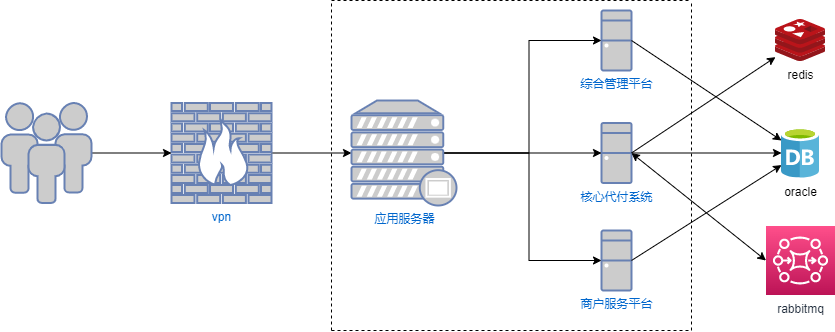
Before: Untitled Diagram.drawio.png, a diagram exported from draw.io (songyibo2019/mydiagrams). Source tidied: cells renumbered, new cells last; positions are measured from the earlier drawing's top-left corner, leaving out a move shared by most shapes.
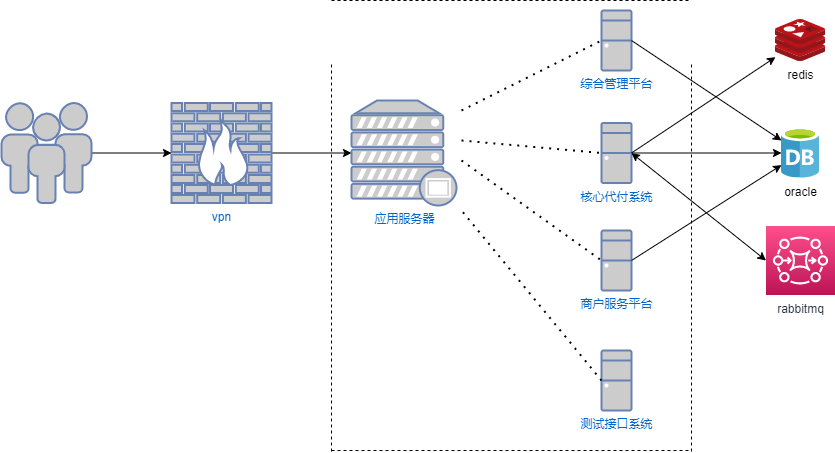
After the change.

Diff of the diagram source:
```diff
@@ -26,15 +26,6 @@
     <mxCell id="9" value="商户服务平台" style="fontColor=#0066CC;verticalAlign=top;verticalLabelPosition=bottom;labelPosition=center;align=center;html=1;outlineConnect=0;fillColor=#CCCCCC;strokeColor=#6881B3;gradientColor=none;gradientDirection=north;strokeWidth=2;shape=mxgraph.networks.desktop_pc;" parent="1" vertex="1">
       <mxGeometry x="600" y="230" width="30" height="60" as="geometry" />
     </mxCell>
-    <mxCell id="10" style="edgeStyle=orthogonalEdgeStyle;rounded=0;jettySize=auto;html=1;exitX=0.88;exitY=0.5;exitDx=0;exitDy=0;exitPerimeter=0;entryX=0;entryY=0.5;entryDx=0;entryDy=0;entryPerimeter=0;" parent="1" edge="1" source="13" target="8">
-      <mxGeometry relative="1" as="geometry" />
-    </mxCell>
-    <mxCell id="11" style="edgeStyle=orthogonalEdgeStyle;rounded=0;jettySize=auto;html=1;exitX=0.88;exitY=0.5;exitDx=0;exitDy=0;exitPerimeter=0;entryX=0;entryY=0.5;entryDx=0;entryDy=0;entryPerimeter=0;" parent="1" edge="1" source="13" target="4">
-      <mxGeometry relative="1" as="geometry" />
-    </mxCell>
-    <mxCell id="12" style="edgeStyle=orthogonalEdgeStyle;rounded=0;jettySize=auto;html=1;exitX=0.88;exitY=0.5;exitDx=0;exitDy=0;exitPerimeter=0;entryX=0;entryY=0.5;entryDx=0;entryDy=0;entryPerimeter=0;" parent="1" edge="1" source="13" target="9">
-      <mxGeometry relative="1" as="geometry" />
-    </mxCell>
     <mxCell id="13" value="应用服务器" style="fontColor=#0066CC;verticalAlign=top;verticalLabelPosition=bottom;labelPosition=center;align=center;html=1;outlineConnect=0;fillColor=#CCCCCC;strokeColor=#6881B3;gradientColor=none;gradientDirection=north;strokeWidth=2;shape=mxgraph.networks.proxy_server;" parent="1" vertex="1">
       <mxGeometry x="350" y="100" width="105" height="105" as="geometry" />
     </mxCell>
@@ -63,8 +54,8 @@
     </mxCell>
     <mxCell id="21" style="endArrow=none;dashed=1;html=1;rounded=0;" parent="1" edge="1">
       <mxGeometry relative="1" as="geometry">
-        <mxPoint x="330" y="330" as="sourcePoint" />
-        <mxPoint x="330" as="targetPoint" />
+        <mxPoint x="330" y="451" as="sourcePoint" />
+        <mxPoint x="330" y="61" as="targetPoint" />
       </mxGeometry>
     </mxCell>
     <mxCell id="22" style="endArrow=none;dashed=1;html=1;rounded=0;" parent="1" edge="1">
@@ -75,15 +66,38 @@
     </mxCell>
     <mxCell id="23" style="endArrow=none;dashed=1;html=1;rounded=0;" parent="1" edge="1">
       <mxGeometry relative="1" as="geometry">
-        <mxPoint x="330" y="330" as="sourcePoint" />
-        <mxPoint x="690" y="330" as="targetPoint" />
+        <mxPoint x="330" y="450" as="sourcePoint" />
+        <mxPoint x="690" y="450" as="targetPoint" />
       </mxGeometry>
     </mxCell>
     <mxCell id="24" style="endArrow=none;dashed=1;html=1;rounded=0;" parent="1" edge="1">
       <mxGeometry relative="1" as="geometry">
-        <mxPoint x="690" y="330" as="sourcePoint" />
-        <mxPoint x="690" as="targetPoint" />
+        <mxPoint x="690" y="451" as="sourcePoint" />
+        <mxPoint x="690" y="61" as="targetPoint" />
       </mxGeometry>
     </mxCell>
+    <mxCell id="25" style="endArrow=none;dashed=1;html=1;dashPattern=1 3;strokeWidth=2;rounded=0;entryX=0;entryY=0.5;entryDx=0;entryDy=0;entryPerimeter=0;" parent="1" edge="1" target="4">
+      <mxGeometry relative="1" as="geometry">
+        <mxPoint x="460" y="110" as="sourcePoint" />
+      </mxGeometry>
+    </mxCell>
+    <mxCell id="26" style="endArrow=none;dashed=1;html=1;dashPattern=1 3;strokeWidth=2;rounded=0;entryX=0;entryY=0.5;entryDx=0;entryDy=0;entryPerimeter=0;" parent="1" edge="1" target="8">
+      <mxGeometry relative="1" as="geometry">
+        <mxPoint x="460" y="140" as="sourcePoint" />
+      </mxGeometry>
+    </mxCell>
+    <mxCell id="27" style="endArrow=none;dashed=1;html=1;dashPattern=1 3;strokeWidth=2;rounded=0;entryX=0;entryY=0.5;entryDx=0;entryDy=0;entryPerimeter=0;" parent="1" edge="1" target="9">
+      <mxGeometry relative="1" as="geometry">
+        <mxPoint x="460" y="160" as="sourcePoint" />
+      </mxGeometry>
+    </mxCell>
+    <mxCell id="28" value="测试接口系统" style="fontColor=#0066CC;verticalAlign=top;verticalLabelPosition=bottom;labelPosition=center;align=center;html=1;outlineConnect=0;fillColor=#CCCCCC;strokeColor=#6881B3;gradientColor=none;gradientDirection=north;strokeWidth=2;shape=mxgraph.networks.desktop_pc;" parent="1" vertex="1">
+      <mxGeometry x="600" y="350" width="30" height="60" as="geometry" />
+    </mxCell>
+    <mxCell id="29" style="endArrow=none;dashed=1;html=1;dashPattern=1 3;strokeWidth=2;rounded=0;exitX=0;exitY=0.5;exitDx=0;exitDy=0;exitPerimeter=0;" parent="1" edge="1" source="28">
+      <mxGeometry relative="1" as="geometry">
+        <mxPoint x="460" y="210" as="targetPoint" />
+      </mxGeometry>
+    </mxCell>
   </root>
 </mxGraphModel>
```
